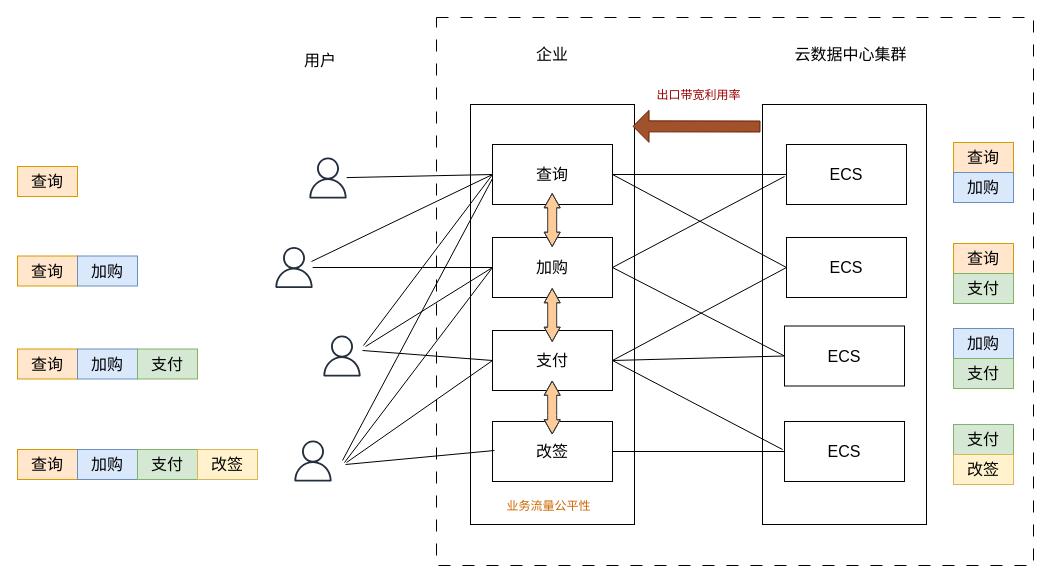
Above: page "第 9 页" (9 of 9) of DRL.drawio in zhangluting123/drawio (draw.io), before the change. Source tidied: cells renumbered, new cells numbered last; positions are measured from the earlier drawing's top-left corner, leaving out a move shared by most shapes. Both pictures are drawn from the tidied source at 100%, with x=0, y=0 at pixel (17, 17).
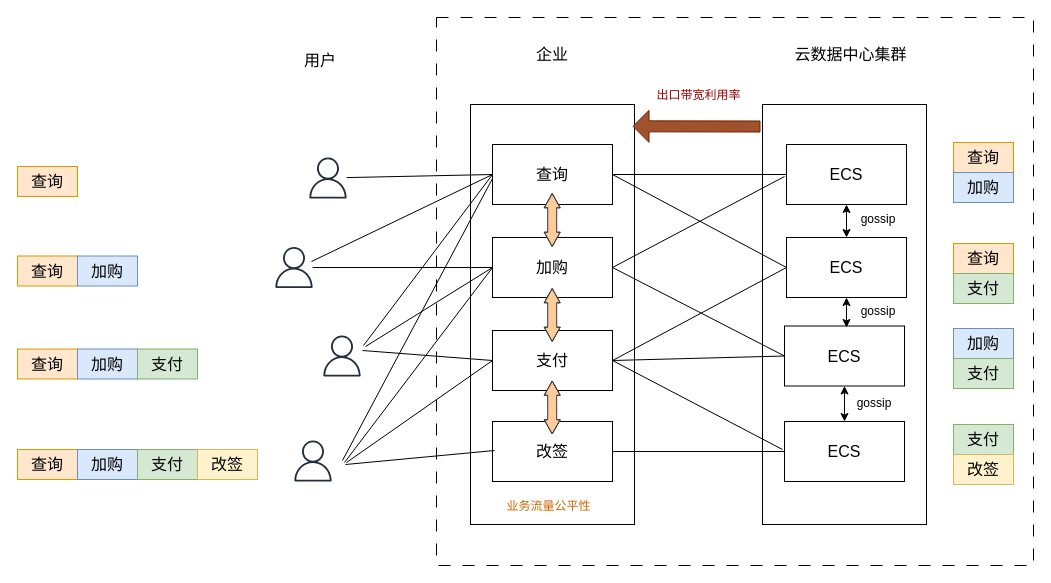
After the change.

The change refers to these unchanged cells:
```xml
<mxCell id="29" value="ECS" style="rounded=0;whiteSpace=wrap;html=1;fontSize=16;" parent="1" vertex="1">
  <mxGeometry x="769" y="127" width="120" height="60" as="geometry" />
</mxCell>
<mxCell id="30" value="ECS" style="rounded=0;whiteSpace=wrap;html=1;fontSize=16;" parent="1" vertex="1">
  <mxGeometry x="769" y="220" width="120" height="60" as="geometry" />
</mxCell>
<mxCell id="31" value="ECS" style="rounded=0;whiteSpace=wrap;html=1;fontSize=16;" parent="1" vertex="1">
  <mxGeometry x="767" y="404" width="120" height="60" as="geometry" />
</mxCell>
<mxCell id="41" value="ECS" style="rounded=0;whiteSpace=wrap;html=1;fontSize=16;" parent="1" vertex="1">
  <mxGeometry x="767" y="308.5" width="120" height="60" as="geometry" />
</mxCell>
```

The edit, as a diff of the source:
```diff
@@
+    <mxCell id="64" style="endArrow=classic;startArrow=classic;html=1;rounded=0;entryX=0.5;entryY=1;entryDx=0;entryDy=0;" parent="1" edge="1" source="30" target="29">
+      <mxGeometry relative="1" as="geometry" />
+    </mxCell>
+    <mxCell id="65" style="endArrow=classic;startArrow=classic;html=1;rounded=0;entryX=0.5;entryY=1;entryDx=0;entryDy=0;" parent="1" edge="1" target="30">
+      <mxGeometry relative="1" as="geometry">
+        <mxPoint x="829" y="310" as="sourcePoint" />
+      </mxGeometry>
+    </mxCell>
+    <mxCell id="66" style="endArrow=classic;startArrow=classic;html=1;rounded=0;entryX=0.5;entryY=0;entryDx=0;entryDy=0;exitX=0.5;exitY=1;exitDx=0;exitDy=0;" parent="1" edge="1" source="41" target="31">
+      <mxGeometry relative="1" as="geometry" />
+    </mxCell>
+    <mxCell id="67" value="gossip" style="text;html=1;strokeColor=none;fillColor=none;align=center;verticalAlign=middle;whiteSpace=wrap;rounded=0;" parent="1" vertex="1">
+      <mxGeometry x="831" y="187" width="60" height="30" as="geometry" />
+    </mxCell>
+    <mxCell id="68" value="gossip" style="text;html=1;strokeColor=none;fillColor=none;align=center;verticalAlign=middle;whiteSpace=wrap;rounded=0;" parent="1" vertex="1">
+      <mxGeometry x="831" y="278.5" width="60" height="30" as="geometry" />
+    </mxCell>
+    <mxCell id="69" value="gossip" style="text;html=1;strokeColor=none;fillColor=none;align=center;verticalAlign=middle;whiteSpace=wrap;rounded=0;" parent="1" vertex="1">
+      <mxGeometry x="827" y="371" width="60" height="30" as="geometry" />
+    </mxCell>
```
